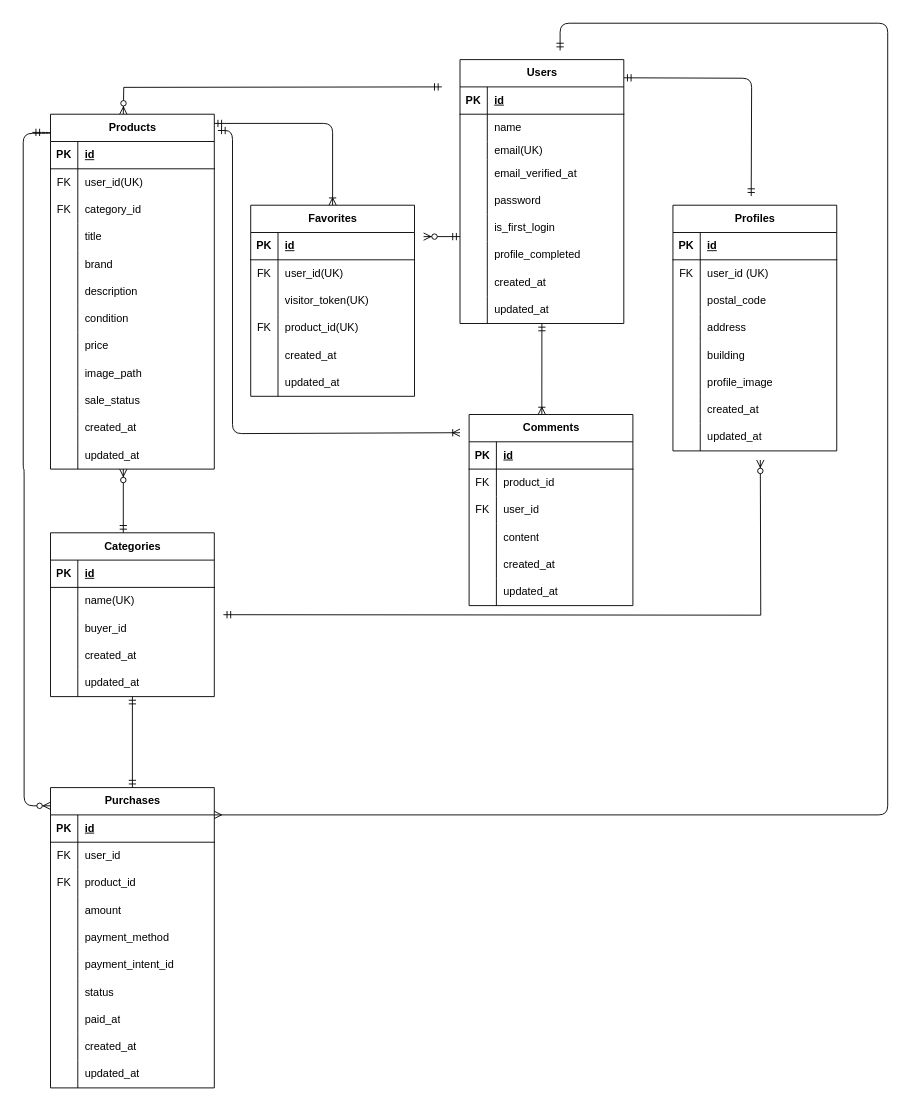
Above: er-diagram.drawio in Hana86-86/coachtech-freemarket (draw.io), before the change. Source tidied: cells renumbered, new cells numbered last; positions are measured from the earlier drawing's top-left corner, leaving out a move shared by most shapes. Both pictures are drawn from the tidied source at 91%, with x=0, y=0 at pixel (23, 23).
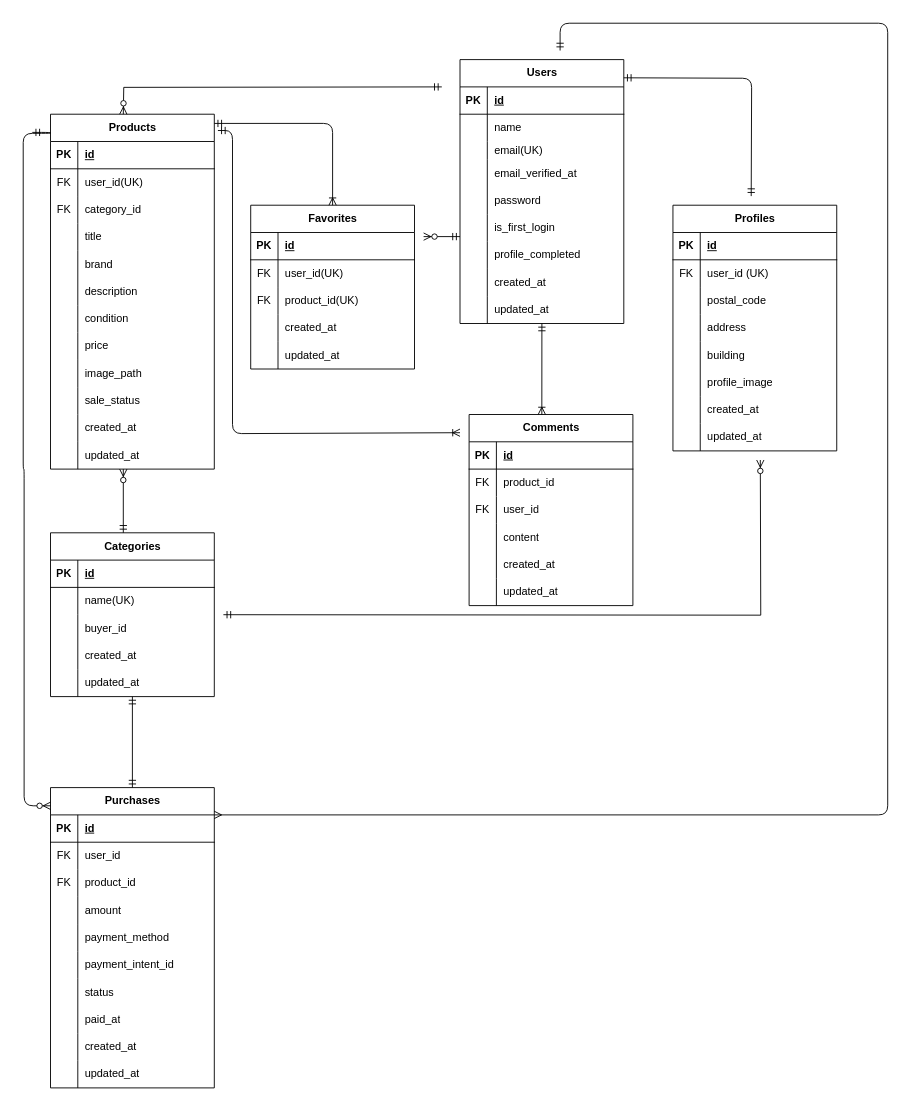
After the change.

Commit message (it also covers changes not shown here):
chore: remove guest_like/visitor_token migration history

Diff of the diagram source:
```diff
@@
     <mxCell id="139" value="Favorites" style="shape=table;startSize=30;childLayout=tableLayout;rowLines=0;fontStyle=1;align=center;html=1;" parent="1" vertex="1">
-      <mxGeometry x="250" y="200" width="180" height="210" as="geometry" />
+      <mxGeometry x="250" y="200" width="180" height="180" as="geometry" />
     </mxCell>
@@
-    <mxCell id="146" style="shape=tableRow;horizontal=0;startSize=0;swimlaneHead=0;swimlaneBody=0;fillColor=none;top=0;left=0;right=0;bottom=0;" parent="139" vertex="1">
-      <mxGeometry y="90" width="180" height="30" as="geometry" />
-    </mxCell>
-    <mxCell id="147" style="shape=partialRectangle;fillColor=none;top=0;left=0;bottom=0;right=0;overflow=hidden;whiteSpace=wrap;html=1;" parent="146" vertex="1">
-      <mxGeometry width="30" height="30" as="geometry" />
-    </mxCell>
-    <mxCell id="148" value="visitor_token(UK)" style="shape=partialRectangle;fillColor=none;top=0;left=0;bottom=0;right=0;align=left;spacingLeft=6;overflow=hidden;whiteSpace=wrap;html=1;" parent="146" vertex="1">
-      <mxGeometry x="30" width="150" height="30" as="geometry" />
-    </mxCell>
     <mxCell id="149" style="shape=tableRow;horizontal=0;startSize=0;swimlaneHead=0;swimlaneBody=0;fillColor=none;top=0;left=0;right=0;bottom=0;" parent="139" vertex="1">
-      <mxGeometry y="120" width="180" height="30" as="geometry" />
+      <mxGeometry y="90" width="180" height="30" as="geometry" />
     </mxCell>
@@
     <mxCell id="152" style="shape=tableRow;horizontal=0;startSize=0;swimlaneHead=0;swimlaneBody=0;fillColor=none;top=0;left=0;right=0;bottom=0;" parent="139" vertex="1">
-      <mxGeometry y="150" width="180" height="30" as="geometry" />
+      <mxGeometry y="120" width="180" height="30" as="geometry" />
     </mxCell>
@@
     <mxCell id="155" style="shape=tableRow;horizontal=0;startSize=0;swimlaneHead=0;swimlaneBody=0;fillColor=none;top=0;left=0;right=0;bottom=0;" parent="139" vertex="1">
-      <mxGeometry y="180" width="180" height="30" as="geometry" />
+      <mxGeometry y="150" width="180" height="30" as="geometry" />
     </mxCell>
```
